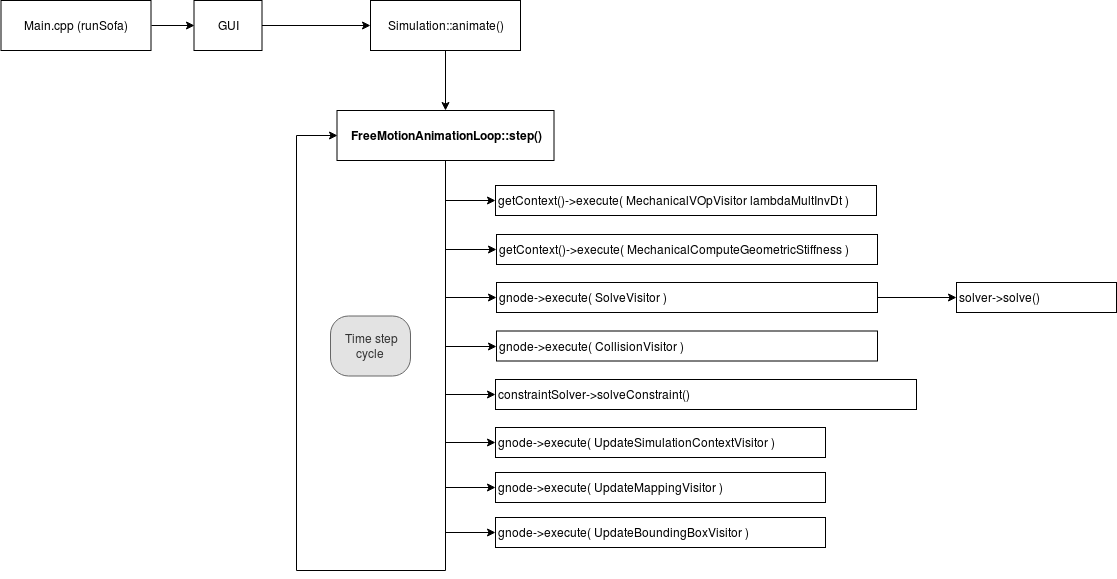
Earlier version of the draw.io export Images/animationloop/FreeMotionAnimationLoop.png (sofa-framework/doc). Source tidied: cells renumbered, new cells last; positions are measured from the earlier drawing's top-left corner, leaving out a move shared by most shapes.
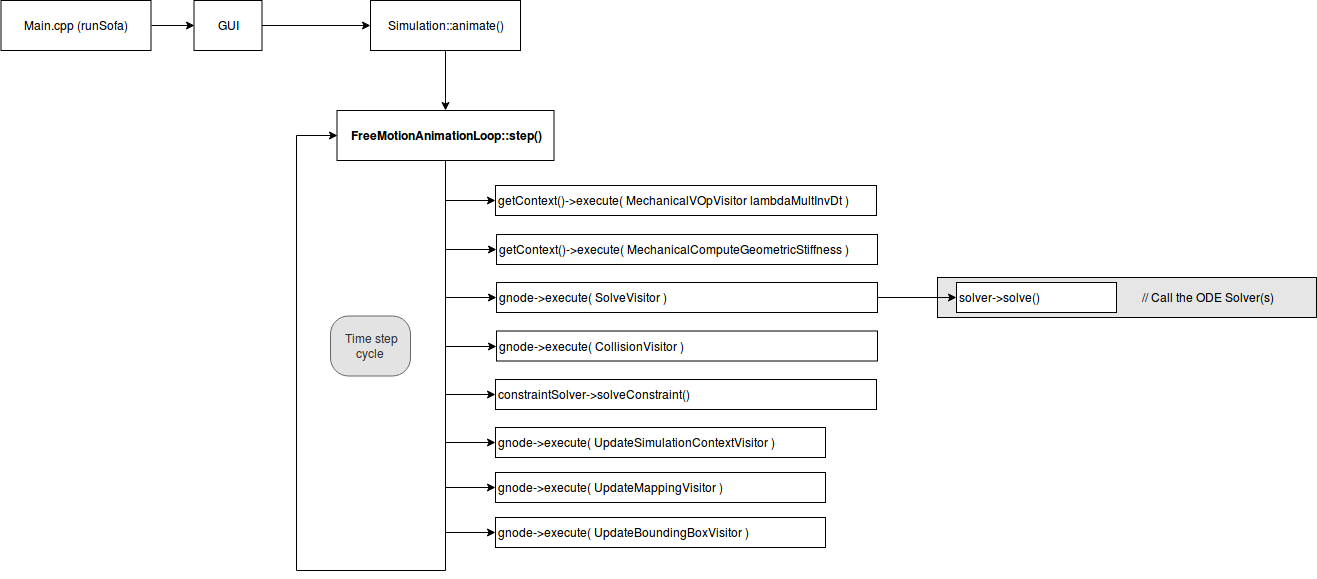
The same file after the commit.

Change to the diagram source:
```diff
@@ -2,6 +2,9 @@
   <root>
     <mxCell id="0" />
     <mxCell id="1" parent="0" />
+    <mxCell id="29" value="&lt;blockquote&gt;&lt;div align=&quot;right&quot;&gt;// Call the ODE Solver(s)&lt;br&gt;&lt;/div&gt;&lt;/blockquote&gt;" style="rounded=0;whiteSpace=wrap;html=1;fillColor=#E6E6E6;align=right;" parent="1" vertex="1">
+      <mxGeometry x="937" y="277" width="379" height="40" as="geometry" />
+    </mxCell>
     <mxCell id="2" style="edgeStyle=orthogonalEdgeStyle;rounded=0;jettySize=auto;html=1;exitX=0.5;exitY=1;exitDx=0;exitDy=0;entryX=0;entryY=0.5;entryDx=0;entryDy=0;" parent="1" edge="1" source="11" target="13">
       <mxGeometry relative="1" as="geometry" />
     </mxCell>
@@ -55,7 +58,7 @@
       <mxGeometry x="496" y="282" width="381" height="30" as="geometry" />
     </mxCell>
     <mxCell id="16" value="&lt;div&gt;constraintSolver-&amp;gt;solveConstraint()&lt;/div&gt;" style="rounded=0;whiteSpace=wrap;html=1;align=left;" parent="1" vertex="1">
-      <mxGeometry x="495" y="379" width="421" height="30" as="geometry" />
+      <mxGeometry x="495" y="379" width="381" height="30" as="geometry" />
     </mxCell>
     <mxCell id="17" style="edgeStyle=orthogonalEdgeStyle;rounded=0;jettySize=auto;html=1;entryX=0.5;entryY=0;entryDx=0;entryDy=0;" parent="1" edge="1" source="18" target="11">
       <mxGeometry relative="1" as="geometry" />
```
